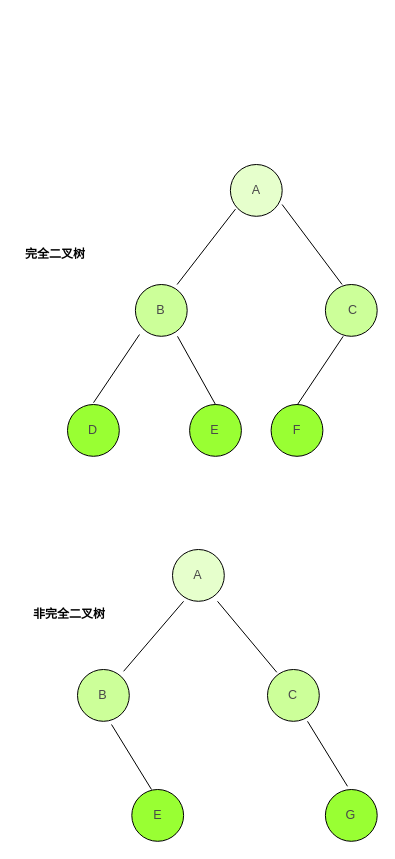
The draw.io diagram algorithm_diagram/完全二叉树.drawio in abigalexy/online_drawing, before the edit. Source tidied: cells renumbered, new cells numbered last; positions are measured from the earlier drawing's top-left corner, leaving out a move shared by most shapes. Both pictures are drawn from the tidied source at 100%, with x=0, y=0 at pixel (17, 24).
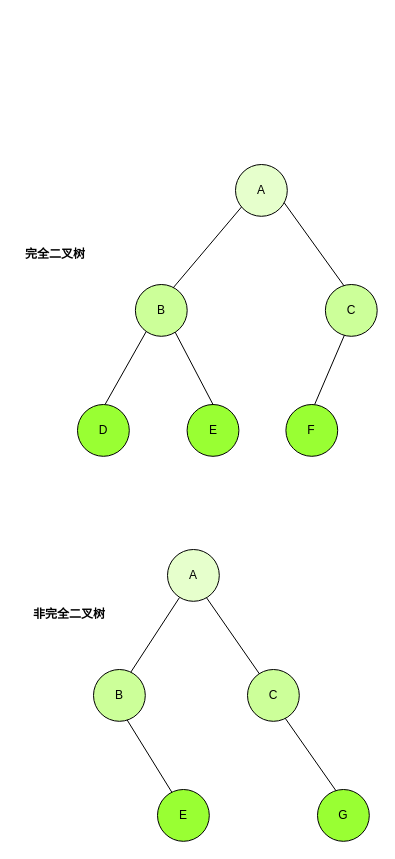
Above is the later version.

Commit message:
更新完全二叉树.drawio

Diff of the diagram source:
```diff
@@
-    <mxCell id="5" style="group;" parent="1" vertex="1">
-      <mxGeometry x="50" y="140" width="309.6" height="291.8" as="geometry" />
-    </mxCell>
-    <mxCell id="6" style="group;" parent="5" vertex="1">
-      <mxGeometry x="162.9" width="51.8" height="51.8" as="geometry" />
-    </mxCell>
-    <mxCell id="7" style="group;" parent="6" vertex="1">
-      <mxGeometry width="51.8" height="51.8" as="geometry" />
-    </mxCell>
-    <mxCell id="8" style="group;" parent="7" vertex="1">
-      <mxGeometry width="51.8" height="51.8" as="geometry" />
-    </mxCell>
-    <mxCell id="9" style="ellipse;whiteSpace=wrap;html=1;fillColor=#E6FFCC;" parent="8" vertex="1">
-      <mxGeometry width="51.8" height="51.8" as="geometry" />
-    </mxCell>
-    <mxCell id="10" value="&lt;pre style=&quot;font-family: var(--ds-font-family-code); overflow: auto; padding: calc(var(--ds-md-zoom)*8px)calc(var(--ds-md-zoom)*12px); text-wrap: wrap; word-break: break-all; color: rgb(73, 73, 73); font-size: 12.573px; text-align: start; margin-top: 0px !important; margin-bottom: 0px !important;&quot;&gt;&lt;pre style=&quot;font-family: var(--ds-font-family-code); overflow: auto; padding: calc(var(--ds-md-zoom)*8px)calc(var(--ds-md-zoom)*12px); text-wrap: wrap; word-break: break-all; margin-top: 0px !important; margin-bottom: 0px !important;&quot;&gt;A&lt;/pre&gt;&lt;/pre&gt;" style="text;strokeColor=none;align=center;fillColor=none;html=1;verticalAlign=middle;whiteSpace=wrap;rounded=0;" parent="8" vertex="1">
-      <mxGeometry x="17" y="15.4" width="17.7" height="20.9" as="geometry" />
-    </mxCell>
-    <mxCell id="11" style="group;" parent="5" vertex="1">
-      <mxGeometry x="67.9" y="120" width="51.8" height="51.8" as="geometry" />
-    </mxCell>
-    <mxCell id="12" style="group;" parent="11" vertex="1">
-      <mxGeometry width="51.8" height="51.8" as="geometry" />
-    </mxCell>
-    <mxCell id="13" style="ellipse;whiteSpace=wrap;html=1;fillColor=#CCFF99;" parent="12" vertex="1">
-      <mxGeometry width="51.8" height="51.8" as="geometry" />
-    </mxCell>
-    <mxCell id="14" value="&lt;pre style=&quot;font-family: var(--ds-font-family-code); overflow: auto; padding: calc(var(--ds-md-zoom)*8px)calc(var(--ds-md-zoom)*12px); text-wrap: wrap; word-break: break-all; color: rgb(73, 73, 73); font-size: 12.573px; text-align: start; margin-top: 0px !important; margin-bottom: 0px !important;&quot;&gt;&lt;pre style=&quot;font-family: var(--ds-font-family-code); overflow: auto; padding: calc(var(--ds-md-zoom)*8px)calc(var(--ds-md-zoom)*12px); text-wrap: wrap; word-break: break-all; margin-top: 0px !important; margin-bottom: 0px !important;&quot;&gt;B&lt;/pre&gt;&lt;/pre&gt;" style="text;strokeColor=none;align=center;fillColor=none;html=1;verticalAlign=middle;whiteSpace=wrap;rounded=0;" parent="12" vertex="1">
-      <mxGeometry x="12.3" y="10.9" width="27.1" height="30" as="geometry" />
-    </mxCell>
-    <mxCell id="15" style="group;" parent="5" vertex="1">
-      <mxGeometry x="257.9" y="120" width="51.8" height="51.8" as="geometry" />
-    </mxCell>
-    <mxCell id="16" style="group;" parent="15" vertex="1">
-      <mxGeometry width="51.8" height="51.8" as="geometry" />
-    </mxCell>
-    <mxCell id="17" style="ellipse;whiteSpace=wrap;html=1;fillColor=#CCFF99;" parent="16" vertex="1">
-      <mxGeometry width="51.8" height="51.8" as="geometry" />
-    </mxCell>
-    <mxCell id="18" value="&lt;pre style=&quot;font-family: var(--ds-font-family-code); overflow: auto; padding: calc(var(--ds-md-zoom)*8px)calc(var(--ds-md-zoom)*12px); text-wrap: wrap; word-break: break-all; color: rgb(73, 73, 73); font-size: 12.573px; text-align: start; margin-top: 0px !important; margin-bottom: 0px !important;&quot;&gt;&lt;pre style=&quot;font-family: var(--ds-font-family-code); overflow: auto; padding: calc(var(--ds-md-zoom)*8px)calc(var(--ds-md-zoom)*12px); text-wrap: wrap; word-break: break-all; margin-top: 0px !important; margin-bottom: 0px !important;&quot;&gt;C&lt;/pre&gt;&lt;/pre&gt;" style="text;strokeColor=none;align=center;fillColor=none;html=1;verticalAlign=middle;whiteSpace=wrap;rounded=0;" parent="16" vertex="1">
-      <mxGeometry x="13.6" y="10.9" width="27.1" height="30" as="geometry" />
-    </mxCell>
-    <mxCell id="19" style="group;" parent="5" vertex="1">
-      <mxGeometry y="240" width="51.8" height="51.8" as="geometry" />
-    </mxCell>
-    <mxCell id="20" style="group;" parent="19" vertex="1">
-      <mxGeometry width="51.8" height="51.8" as="geometry" />
-    </mxCell>
-    <mxCell id="21" style="ellipse;whiteSpace=wrap;html=1;fillColor=#99FF33;" parent="20" vertex="1">
-      <mxGeometry width="51.8" height="51.8" as="geometry" />
-    </mxCell>
-    <mxCell id="22" value="&lt;pre style=&quot;font-family: var(--ds-font-family-code); overflow: auto; padding: calc(var(--ds-md-zoom)*8px)calc(var(--ds-md-zoom)*12px); text-wrap: wrap; word-break: break-all; color: rgb(73, 73, 73); font-size: 12.573px; text-align: start; margin-top: 0px !important; margin-bottom: 0px !important;&quot;&gt;&lt;pre style=&quot;font-family: var(--ds-font-family-code); overflow: auto; padding: calc(var(--ds-md-zoom)*8px)calc(var(--ds-md-zoom)*12px); text-wrap: wrap; word-break: break-all; margin-top: 0px !important; margin-bottom: 0px !important;&quot;&gt;D&lt;/pre&gt;&lt;/pre&gt;" style="text;strokeColor=none;align=center;fillColor=none;html=1;verticalAlign=middle;whiteSpace=wrap;rounded=0;" parent="20" vertex="1">
-      <mxGeometry x="12.3" y="10.9" width="27.1" height="30" as="geometry" />
-    </mxCell>
-    <mxCell id="23" style="group;" parent="5" vertex="1">
-      <mxGeometry x="122.1" y="240" width="51.8" height="51.8" as="geometry" />
-    </mxCell>
-    <mxCell id="24" style="group;" parent="23" vertex="1">
-      <mxGeometry width="51.8" height="51.8" as="geometry" />
-    </mxCell>
-    <mxCell id="25" style="ellipse;whiteSpace=wrap;html=1;fillColor=#99FF33;" parent="24" vertex="1">
-      <mxGeometry width="51.8" height="51.8" as="geometry" />
-    </mxCell>
-    <mxCell id="26" value="&lt;pre style=&quot;font-family: var(--ds-font-family-code); overflow: auto; padding: calc(var(--ds-md-zoom)*8px)calc(var(--ds-md-zoom)*12px); text-wrap: wrap; word-break: break-all; color: rgb(73, 73, 73); font-size: 12.573px; text-align: start; margin-top: 0px !important; margin-bottom: 0px !important;&quot;&gt;&lt;pre style=&quot;font-family: var(--ds-font-family-code); overflow: auto; padding: calc(var(--ds-md-zoom)*8px)calc(var(--ds-md-zoom)*12px); text-wrap: wrap; word-break: break-all; margin-top: 0px !important; margin-bottom: 0px !important;&quot;&gt;E&lt;/pre&gt;&lt;/pre&gt;" style="text;strokeColor=none;align=center;fillColor=none;html=1;verticalAlign=middle;whiteSpace=wrap;rounded=0;" parent="24" vertex="1">
-      <mxGeometry x="12.3" y="10.9" width="27.1" height="30" as="geometry" />
-    </mxCell>
-    <mxCell id="27" style="group;" parent="5" vertex="1">
-      <mxGeometry x="203.6" y="240" width="51.8" height="51.8" as="geometry" />
-    </mxCell>
-    <mxCell id="28" style="group;" parent="27" vertex="1">
-      <mxGeometry width="51.8" height="51.8" as="geometry" />
-    </mxCell>
-    <mxCell id="29" style="ellipse;whiteSpace=wrap;html=1;fillColor=#99FF33;" parent="28" vertex="1">
-      <mxGeometry width="51.8" height="51.8" as="geometry" />
-    </mxCell>
-    <mxCell id="30" value="&lt;pre style=&quot;font-family: var(--ds-font-family-code); overflow: auto; padding: calc(var(--ds-md-zoom)*8px)calc(var(--ds-md-zoom)*12px); text-wrap: wrap; word-break: break-all; color: rgb(73, 73, 73); font-size: 12.573px; text-align: start; margin-top: 0px !important; margin-bottom: 0px !important;&quot;&gt;&lt;pre style=&quot;font-family: var(--ds-font-family-code); overflow: auto; padding: calc(var(--ds-md-zoom)*8px)calc(var(--ds-md-zoom)*12px); text-wrap: wrap; word-break: break-all; margin-top: 0px !important; margin-bottom: 0px !important;&quot;&gt;F&lt;/pre&gt;&lt;/pre&gt;" style="text;strokeColor=none;align=center;fillColor=none;html=1;verticalAlign=middle;whiteSpace=wrap;rounded=0;" parent="28" vertex="1">
-      <mxGeometry x="12.3" y="10.9" width="27.1" height="30" as="geometry" />
-    </mxCell>
+    <mxCell id="62" style="group;" parent="1" vertex="1">
+      <mxGeometry x="60" y="140" width="299.6" height="291.8" as="geometry" />
+    </mxCell>
-    <mxCell id="31" style="endArrow=none;html=1;rounded=0;" parent="5" edge="1">
-      <mxGeometry relative="1" as="geometry">
-        <mxPoint x="109.6" y="120" as="sourcePoint" />
-        <mxPoint x="168" y="44.6" as="targetPoint" />
-      </mxGeometry>
+    <mxCell id="31" style="endArrow=none;html=1;rounded=0;entryX=0.118;entryY=0.818;entryDx=0;entryDy=0;entryPerimeter=0;exitX=0.725;exitY=0.069;exitDx=0;exitDy=0;exitPerimeter=0;" parent="62" edge="1" source="13" target="9">
+      <mxGeometry relative="1" as="geometry" />
     </mxCell>
-    <mxCell id="32" style="endArrow=none;html=1;rounded=0;" parent="5" edge="1">
-      <mxGeometry relative="1" as="geometry">
-        <mxPoint x="274.6" y="120" as="sourcePoint" />
-        <mxPoint x="214.6" y="40" as="targetPoint" />
-      </mxGeometry>
+    <mxCell id="32" style="endArrow=none;html=1;rounded=0;entryX=0.935;entryY=0.731;entryDx=0;entryDy=0;entryPerimeter=0;exitX=0.361;exitY=0.028;exitDx=0;exitDy=0;exitPerimeter=0;" parent="62" edge="1" source="17" target="9">
+      <mxGeometry relative="1" as="geometry" />
     </mxCell>
-    <mxCell id="33" style="endArrow=none;html=1;rounded=0;exitX=0.579;exitY=0;exitDx=0;exitDy=0;exitPerimeter=0;" parent="5" edge="1">
-      <mxGeometry relative="1" as="geometry">
-        <mxPoint x="26" y="238.2" as="sourcePoint" />
-        <mxPoint x="72" y="170" as="targetPoint" />
-      </mxGeometry>
+    <mxCell id="33" style="endArrow=none;html=1;rounded=0;exitX=0.536;exitY=-0.007;exitDx=0;exitDy=0;exitPerimeter=0;entryX=0.213;entryY=0.901;entryDx=0;entryDy=0;entryPerimeter=0;" parent="62" edge="1" source="21" target="13">
+      <mxGeometry relative="1" as="geometry" />
     </mxCell>
-    <mxCell id="34" style="endArrow=none;html=1;rounded=0;exitX=0.5;exitY=0;exitDx=0;exitDy=0;" parent="5" edge="1" source="25">
-      <mxGeometry relative="1" as="geometry">
-        <mxPoint x="110" y="171.8" as="targetPoint" />
-      </mxGeometry>
+    <mxCell id="34" style="endArrow=none;html=1;rounded=0;exitX=0.5;exitY=0;exitDx=0;exitDy=0;entryX=0.764;entryY=0.914;entryDx=0;entryDy=0;entryPerimeter=0;" parent="62" edge="1" source="25" target="13">
+      <mxGeometry relative="1" as="geometry" />
     </mxCell>
-    <mxCell id="35" style="endArrow=none;html=1;rounded=0;" parent="5" edge="1">
-      <mxGeometry relative="1" as="geometry">
-        <mxPoint x="230" y="240" as="sourcePoint" />
-        <mxPoint x="275.7" y="171.8" as="targetPoint" />
-      </mxGeometry>
+    <mxCell id="35" style="endArrow=none;html=1;rounded=0;entryX=0.37;entryY=0.971;entryDx=0;entryDy=0;entryPerimeter=0;exitX=0.555;exitY=0;exitDx=0;exitDy=0;exitPerimeter=0;" parent="62" edge="1" source="29" target="17">
+      <mxGeometry relative="1" as="geometry" />
     </mxCell>
-    <mxCell id="36" style="group;" parent="1" vertex="1">
-      <mxGeometry x="60" y="525" width="299.6" height="291.8" as="geometry" />
-    </mxCell>
-    <mxCell id="37" style="group;" parent="36" vertex="1">
-      <mxGeometry x="95" width="51.8" height="51.8" as="geometry" />
-    </mxCell>
-    <mxCell id="38" style="group;" parent="37" vertex="1">
-      <mxGeometry width="51.8" height="51.8" as="geometry" />
-    </mxCell>
-    <mxCell id="39" style="group;" parent="38" vertex="1">
-      <mxGeometry width="51.8" height="51.8" as="geometry" />
-    </mxCell>
-    <mxCell id="40" style="ellipse;whiteSpace=wrap;html=1;fillColor=#E6FFCC;" parent="39" vertex="1">
-      <mxGeometry width="51.8" height="51.8" as="geometry" />
-    </mxCell>
-    <mxCell id="41" value="&lt;pre style=&quot;font-family: var(--ds-font-family-code); overflow: auto; padding: calc(var(--ds-md-zoom)*8px)calc(var(--ds-md-zoom)*12px); text-wrap: wrap; word-break: break-all; color: rgb(73, 73, 73); font-size: 12.573px; text-align: start; margin-top: 0px !important; margin-bottom: 0px !important;&quot;&gt;&lt;pre style=&quot;font-family: var(--ds-font-family-code); overflow: auto; padding: calc(var(--ds-md-zoom)*8px)calc(var(--ds-md-zoom)*12px); text-wrap: wrap; word-break: break-all; margin-top: 0px !important; margin-bottom: 0px !important;&quot;&gt;A&lt;/pre&gt;&lt;/pre&gt;" style="text;strokeColor=none;align=center;fillColor=none;html=1;verticalAlign=middle;whiteSpace=wrap;rounded=0;" parent="39" vertex="1">
-      <mxGeometry x="12.3" y="10.9" width="27.1" height="30" as="geometry" />
-    </mxCell>
-    <mxCell id="42" style="group;" parent="36" vertex="1">
-      <mxGeometry y="120" width="51.8" height="51.8" as="geometry" />
-    </mxCell>
-    <mxCell id="43" style="group;" parent="42" vertex="1">
-      <mxGeometry width="51.8" height="51.8" as="geometry" />
-    </mxCell>
-    <mxCell id="44" style="ellipse;whiteSpace=wrap;html=1;fillColor=#CCFF99;" parent="43" vertex="1">
-      <mxGeometry width="51.8" height="51.8" as="geometry" />
-    </mxCell>
-    <mxCell id="45" value="&lt;pre style=&quot;font-family: var(--ds-font-family-code); overflow: auto; padding: calc(var(--ds-md-zoom)*8px)calc(var(--ds-md-zoom)*12px); text-wrap: wrap; word-break: break-all; color: rgb(73, 73, 73); font-size: 12.573px; text-align: start; margin-top: 0px !important; margin-bottom: 0px !important;&quot;&gt;&lt;pre style=&quot;font-family: var(--ds-font-family-code); overflow: auto; padding: calc(var(--ds-md-zoom)*8px)calc(var(--ds-md-zoom)*12px); text-wrap: wrap; word-break: break-all; margin-top: 0px !important; margin-bottom: 0px !important;&quot;&gt;B&lt;/pre&gt;&lt;/pre&gt;" style="text;strokeColor=none;align=center;fillColor=none;html=1;verticalAlign=middle;whiteSpace=wrap;rounded=0;" parent="43" vertex="1">
-      <mxGeometry x="12.3" y="10.9" width="27.1" height="30" as="geometry" />
-    </mxCell>
-    <mxCell id="46" style="group;" parent="36" vertex="1">
-      <mxGeometry x="190" y="120" width="51.8" height="51.8" as="geometry" />
-    </mxCell>
-    <mxCell id="47" style="group;" parent="46" vertex="1">
-      <mxGeometry width="51.8" height="51.8" as="geometry" />
-    </mxCell>
-    <mxCell id="48" style="ellipse;whiteSpace=wrap;html=1;fillColor=#CCFF99;" parent="47" vertex="1">
-      <mxGeometry width="51.8" height="51.8" as="geometry" />
-    </mxCell>
-    <mxCell id="49" value="&lt;pre style=&quot;font-family: var(--ds-font-family-code); overflow: auto; padding: calc(var(--ds-md-zoom)*8px)calc(var(--ds-md-zoom)*12px); text-wrap: wrap; word-break: break-all; color: rgb(73, 73, 73); font-size: 12.573px; text-align: start; margin-top: 0px !important; margin-bottom: 0px !important;&quot;&gt;&lt;pre style=&quot;font-family: var(--ds-font-family-code); overflow: auto; padding: calc(var(--ds-md-zoom)*8px)calc(var(--ds-md-zoom)*12px); text-wrap: wrap; word-break: break-all; margin-top: 0px !important; margin-bottom: 0px !important;&quot;&gt;C&lt;/pre&gt;&lt;/pre&gt;" style="text;strokeColor=none;align=center;fillColor=none;html=1;verticalAlign=middle;whiteSpace=wrap;rounded=0;" parent="47" vertex="1">
-      <mxGeometry x="12.3" y="10.9" width="27.1" height="30" as="geometry" />
-    </mxCell>
-    <mxCell id="50" style="group;" parent="36" vertex="1">
-      <mxGeometry x="54.3" y="240" width="51.8" height="51.8" as="geometry" />
-    </mxCell>
-    <mxCell id="51" style="group;" parent="50" vertex="1">
-      <mxGeometry width="51.8" height="51.8" as="geometry" />
-    </mxCell>
-    <mxCell id="52" style="ellipse;whiteSpace=wrap;html=1;fillColor=#99FF33;" parent="51" vertex="1">
-      <mxGeometry width="51.8" height="51.8" as="geometry" />
-    </mxCell>
-    <mxCell id="53" value="&lt;pre style=&quot;font-family: var(--ds-font-family-code); overflow: auto; padding: calc(var(--ds-md-zoom)*8px)calc(var(--ds-md-zoom)*12px); text-wrap: wrap; word-break: break-all; color: rgb(73, 73, 73); font-size: 12.573px; text-align: start; margin-top: 0px !important; margin-bottom: 0px !important;&quot;&gt;&lt;pre style=&quot;font-family: var(--ds-font-family-code); overflow: auto; padding: calc(var(--ds-md-zoom)*8px)calc(var(--ds-md-zoom)*12px); text-wrap: wrap; word-break: break-all; margin-top: 0px !important; margin-bottom: 0px !important;&quot;&gt;E&lt;/pre&gt;&lt;/pre&gt;" style="text;strokeColor=none;align=center;fillColor=none;html=1;verticalAlign=middle;whiteSpace=wrap;rounded=0;" parent="51" vertex="1">
-      <mxGeometry x="12.3" y="10.9" width="27.1" height="30" as="geometry" />
-    </mxCell>
-    <mxCell id="54" style="group;" parent="36" vertex="1">
-      <mxGeometry x="247.9" y="240" width="51.8" height="51.8" as="geometry" />
-    </mxCell>
-    <mxCell id="55" style="group;" parent="54" vertex="1">
-      <mxGeometry width="51.8" height="51.8" as="geometry" />
-    </mxCell>
-    <mxCell id="56" style="ellipse;whiteSpace=wrap;html=1;fillColor=#99FF33;" parent="55" vertex="1">
-      <mxGeometry width="51.8" height="51.8" as="geometry" />
-    </mxCell>
-    <mxCell id="57" value="&lt;pre style=&quot;font-family: var(--ds-font-family-code); overflow: auto; padding: calc(var(--ds-md-zoom)*8px)calc(var(--ds-md-zoom)*12px); text-wrap: wrap; word-break: break-all; color: rgb(73, 73, 73); font-size: 12.573px; text-align: start; margin-top: 0px !important; margin-bottom: 0px !important;&quot;&gt;&lt;pre style=&quot;font-family: var(--ds-font-family-code); overflow: auto; padding: calc(var(--ds-md-zoom)*8px)calc(var(--ds-md-zoom)*12px); text-wrap: wrap; word-break: break-all; margin-top: 0px !important; margin-bottom: 0px !important;&quot;&gt;G&lt;/pre&gt;&lt;/pre&gt;" style="text;strokeColor=none;align=center;fillColor=none;html=1;verticalAlign=middle;whiteSpace=wrap;rounded=0;" parent="55" vertex="1">
-      <mxGeometry x="12.3" y="10.9" width="27.1" height="30" as="geometry" />
-    </mxCell>
+    <mxCell id="7" style="group;" parent="62" vertex="1">
+      <mxGeometry x="158" width="51.8" height="51.8" as="geometry" />
+    </mxCell>
+    <mxCell id="8" style="group;" parent="7" vertex="1">
+      <mxGeometry width="51.8" height="51.8" as="geometry" />
+    </mxCell>
+    <mxCell id="9" value="A" style="ellipse;whiteSpace=wrap;html=1;fillColor=#E6FFCC;" parent="8" vertex="1">
+      <mxGeometry width="51.8" height="51.8" as="geometry" />
+    </mxCell>
+    <mxCell id="12" style="group;" parent="62" vertex="1">
+      <mxGeometry x="57.9" y="120" width="51.8" height="51.8" as="geometry" />
+    </mxCell>
+    <mxCell id="13" value="B" style="ellipse;whiteSpace=wrap;html=1;fillColor=#CCFF99;" parent="12" vertex="1">
+      <mxGeometry width="51.8" height="51.8" as="geometry" />
+    </mxCell>
+    <mxCell id="16" style="group;" parent="62" vertex="1">
+      <mxGeometry x="247.9" y="120" width="51.8" height="51.8" as="geometry" />
+    </mxCell>
+    <mxCell id="17" value="C" style="ellipse;whiteSpace=wrap;html=1;fillColor=#CCFF99;" parent="16" vertex="1">
+      <mxGeometry width="51.8" height="51.8" as="geometry" />
+    </mxCell>
+    <mxCell id="20" style="group;" parent="62" vertex="1">
+      <mxGeometry y="240" width="51.8" height="51.8" as="geometry" />
+    </mxCell>
+    <mxCell id="21" value="D" style="ellipse;whiteSpace=wrap;html=1;fillColor=#99FF33;" parent="20" vertex="1">
+      <mxGeometry width="51.8" height="51.8" as="geometry" />
+    </mxCell>
+    <mxCell id="24" style="group;" parent="62" vertex="1">
+      <mxGeometry x="109.6" y="240" width="51.8" height="51.8" as="geometry" />
+    </mxCell>
+    <mxCell id="25" value="E" style="ellipse;whiteSpace=wrap;html=1;fillColor=#99FF33;" parent="24" vertex="1">
+      <mxGeometry width="51.8" height="51.8" as="geometry" />
+    </mxCell>
+    <mxCell id="28" style="group;" parent="62" vertex="1">
+      <mxGeometry x="208.4" y="240" width="51.8" height="51.8" as="geometry" />
+    </mxCell>
+    <mxCell id="29" value="F" style="ellipse;whiteSpace=wrap;html=1;fillColor=#99FF33;" parent="28" vertex="1">
+      <mxGeometry width="51.8" height="51.8" as="geometry" />
+    </mxCell>
+    <mxCell id="63" style="group;" parent="1" vertex="1">
+      <mxGeometry x="76" y="525" width="275.8" height="291.8" as="geometry" />
+    </mxCell>
-    <mxCell id="58" style="endArrow=none;html=1;rounded=0;" parent="36" edge="1">
-      <mxGeometry relative="1" as="geometry">
-        <mxPoint x="46.1" y="121.8" as="sourcePoint" />
-        <mxPoint x="106.1" y="51.8" as="targetPoint" />
-      </mxGeometry>
+    <mxCell id="58" style="endArrow=none;html=1;rounded=0;entryX=0.231;entryY=0.928;entryDx=0;entryDy=0;entryPerimeter=0;exitX=0.722;exitY=0.049;exitDx=0;exitDy=0;exitPerimeter=0;" parent="63" edge="1" source="44" target="40">
+      <mxGeometry relative="1" as="geometry" />
     </mxCell>
-    <mxCell id="59" style="endArrow=none;html=1;rounded=0;" parent="36" edge="1">
-      <mxGeometry relative="1" as="geometry">
-        <mxPoint x="199.3" y="122.8" as="sourcePoint" />
-        <mxPoint x="140" y="51.8" as="targetPoint" />
-      </mxGeometry>
+    <mxCell id="59" style="endArrow=none;html=1;rounded=0;entryX=0.756;entryY=0.935;entryDx=0;entryDy=0;entryPerimeter=0;exitX=0.229;exitY=0.083;exitDx=0;exitDy=0;exitPerimeter=0;" parent="63" edge="1" source="48" target="40">
+      <mxGeometry relative="1" as="geometry" />
     </mxCell>
-    <mxCell id="60" style="endArrow=none;html=1;rounded=0;" parent="36" edge="1">
-      <mxGeometry relative="1" as="geometry">
-        <mxPoint x="74" y="240" as="sourcePoint" />
-        <mxPoint x="34" y="175" as="targetPoint" />
-      </mxGeometry>
+    <mxCell id="60" style="endArrow=none;html=1;rounded=0;exitX=0.304;exitY=0.097;exitDx=0;exitDy=0;exitPerimeter=0;entryX=0.642;entryY=0.963;entryDx=0;entryDy=0;entryPerimeter=0;" parent="63" edge="1" source="52" target="44">
+      <mxGeometry relative="1" as="geometry" />
     </mxCell>
-    <mxCell id="61" style="endArrow=none;html=1;rounded=0;" parent="36" edge="1">
-      <mxGeometry relative="1" as="geometry">
-        <mxPoint x="270" y="236.8" as="sourcePoint" />
-        <mxPoint x="230" y="171.8" as="targetPoint" />
-      </mxGeometry>
+    <mxCell id="61" style="endArrow=none;html=1;rounded=0;entryX=0.712;entryY=0.918;entryDx=0;entryDy=0;entryPerimeter=0;exitX=0.357;exitY=0.024;exitDx=0;exitDy=0;exitPerimeter=0;" parent="63" edge="1" source="56" target="48">
+      <mxGeometry relative="1" as="geometry" />
     </mxCell>
+    <mxCell id="38" style="group;" parent="63" vertex="1">
+      <mxGeometry x="74" width="51.8" height="51.8" as="geometry" />
+    </mxCell>
+    <mxCell id="39" style="group;" parent="38" vertex="1">
+      <mxGeometry width="51.8" height="51.8" as="geometry" />
+    </mxCell>
+    <mxCell id="40" value="A" style="ellipse;whiteSpace=wrap;html=1;fillColor=#E6FFCC;" parent="39" vertex="1">
+      <mxGeometry width="51.8" height="51.8" as="geometry" />
+    </mxCell>
+    <mxCell id="43" style="group;" parent="63" vertex="1">
+      <mxGeometry y="120" width="51.8" height="51.8" as="geometry" />
+    </mxCell>
+    <mxCell id="44" value="B" style="ellipse;whiteSpace=wrap;html=1;fillColor=#CCFF99;" parent="43" vertex="1">
+      <mxGeometry width="51.8" height="51.8" as="geometry" />
+    </mxCell>
+    <mxCell id="47" style="group;" parent="63" vertex="1">
+      <mxGeometry x="154" y="120" width="51.8" height="51.8" as="geometry" />
+    </mxCell>
+    <mxCell id="48" value="C" style="ellipse;whiteSpace=wrap;html=1;fillColor=#CCFF99;" parent="47" vertex="1">
+      <mxGeometry width="51.8" height="51.8" as="geometry" />
+    </mxCell>
+    <mxCell id="51" style="group;" parent="63" vertex="1">
+      <mxGeometry x="64" y="240" width="51.8" height="51.8" as="geometry" />
+    </mxCell>
+    <mxCell id="52" value="E" style="ellipse;whiteSpace=wrap;html=1;fillColor=#99FF33;" parent="51" vertex="1">
+      <mxGeometry width="51.8" height="51.8" as="geometry" />
+    </mxCell>
+    <mxCell id="55" style="group;" parent="63" vertex="1">
+      <mxGeometry x="224" y="240" width="51.8" height="51.8" as="geometry" />
+    </mxCell>
+    <mxCell id="56" value="G" style="ellipse;whiteSpace=wrap;html=1;fillColor=#99FF33;" parent="55" vertex="1">
+      <mxGeometry width="51.8" height="51.8" as="geometry" />
+    </mxCell>
```
